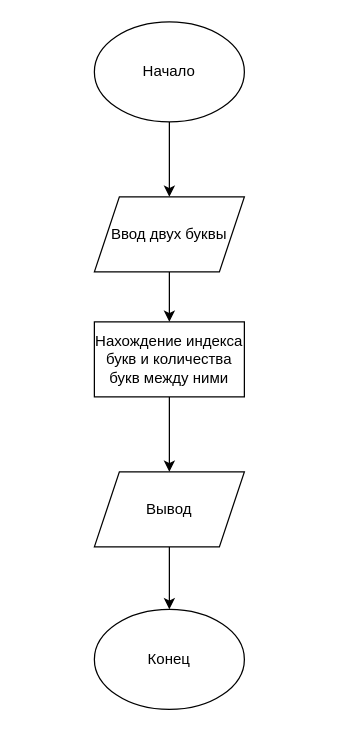
The draw.io diagram page "Task5" (5 of 5) of Untitled Diagram.drawio in Ksenaty/Algorithms_python, before the edit. Source tidied: cells renumbered, new cells numbered last; positions are measured from the earlier drawing's top-left corner, leaving out a move shared by most shapes. Both pictures are drawn from the tidied source at 125%, with x=0, y=0 at pixel (94, 21).
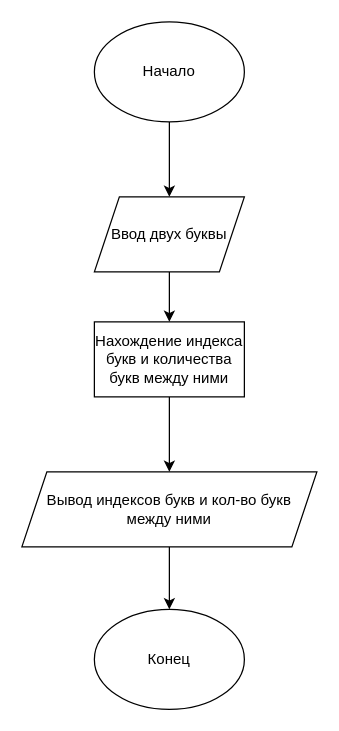
The same page after the edit.

Change to the diagram source:
```diff
@@
 <mxGraphModel>
   <root>
     <mxCell id="0" />
     <mxCell id="1" parent="0" />
     <mxCell id="2" value="Начало" style="ellipse;whiteSpace=wrap;html=1;" parent="1" vertex="1">
       <mxGeometry width="120" height="80" as="geometry" />
     </mxCell>
     <mxCell id="3" value="Ввод двух буквы" style="shape=parallelogram;perimeter=parallelogramPerimeter;whiteSpace=wrap;html=1;fixedSize=1;" parent="1" vertex="1">
       <mxGeometry y="140" width="120" height="60" as="geometry" />
     </mxCell>
     <mxCell id="4" value="Нахождение индекса букв и количества букв между ними" style="rounded=0;whiteSpace=wrap;html=1;" parent="1" vertex="1">
       <mxGeometry y="240" width="120" height="60" as="geometry" />
     </mxCell>
-    <mxCell id="5" value="Вывод" style="shape=parallelogram;perimeter=parallelogramPerimeter;whiteSpace=wrap;html=1;fixedSize=1;" parent="1" vertex="1">
-      <mxGeometry y="360" width="120" height="60" as="geometry" />
+    <mxCell id="5" value="Вывод индексов букв и кол-во букв между ними" style="shape=parallelogram;perimeter=parallelogramPerimeter;whiteSpace=wrap;html=1;fixedSize=1;" parent="1" vertex="1">
+      <mxGeometry x="-58" y="360" width="236" height="60" as="geometry" />
     </mxCell>
     <mxCell id="6" value="Конец" style="ellipse;whiteSpace=wrap;html=1;" parent="1" vertex="1">
       <mxGeometry y="470" width="120" height="80" as="geometry" />
     </mxCell>
     <mxCell id="7" style="endArrow=classic;html=1;exitX=0.5;exitY=1;exitDx=0;exitDy=0;" parent="1" edge="1" source="2" target="3">
       <mxGeometry relative="1" as="geometry" />
     </mxCell>
     <mxCell id="8" style="endArrow=classic;html=1;exitX=0.5;exitY=1;exitDx=0;exitDy=0;entryX=0.5;entryY=0;entryDx=0;entryDy=0;" parent="1" edge="1" source="3" target="4">
       <mxGeometry relative="1" as="geometry" />
     </mxCell>
     <mxCell id="9" style="endArrow=classic;html=1;exitX=0.5;exitY=1;exitDx=0;exitDy=0;entryX=0.5;entryY=0;entryDx=0;entryDy=0;" parent="1" edge="1" source="4" target="5">
       <mxGeometry relative="1" as="geometry" />
     </mxCell>
     <mxCell id="10" style="endArrow=classic;html=1;exitX=0.5;exitY=1;exitDx=0;exitDy=0;entryX=0.5;entryY=0;entryDx=0;entryDy=0;" parent="1" edge="1" source="5" target="6">
       <mxGeometry relative="1" as="geometry" />
     </mxCell>
   </root>
 </mxGraphModel>
```
